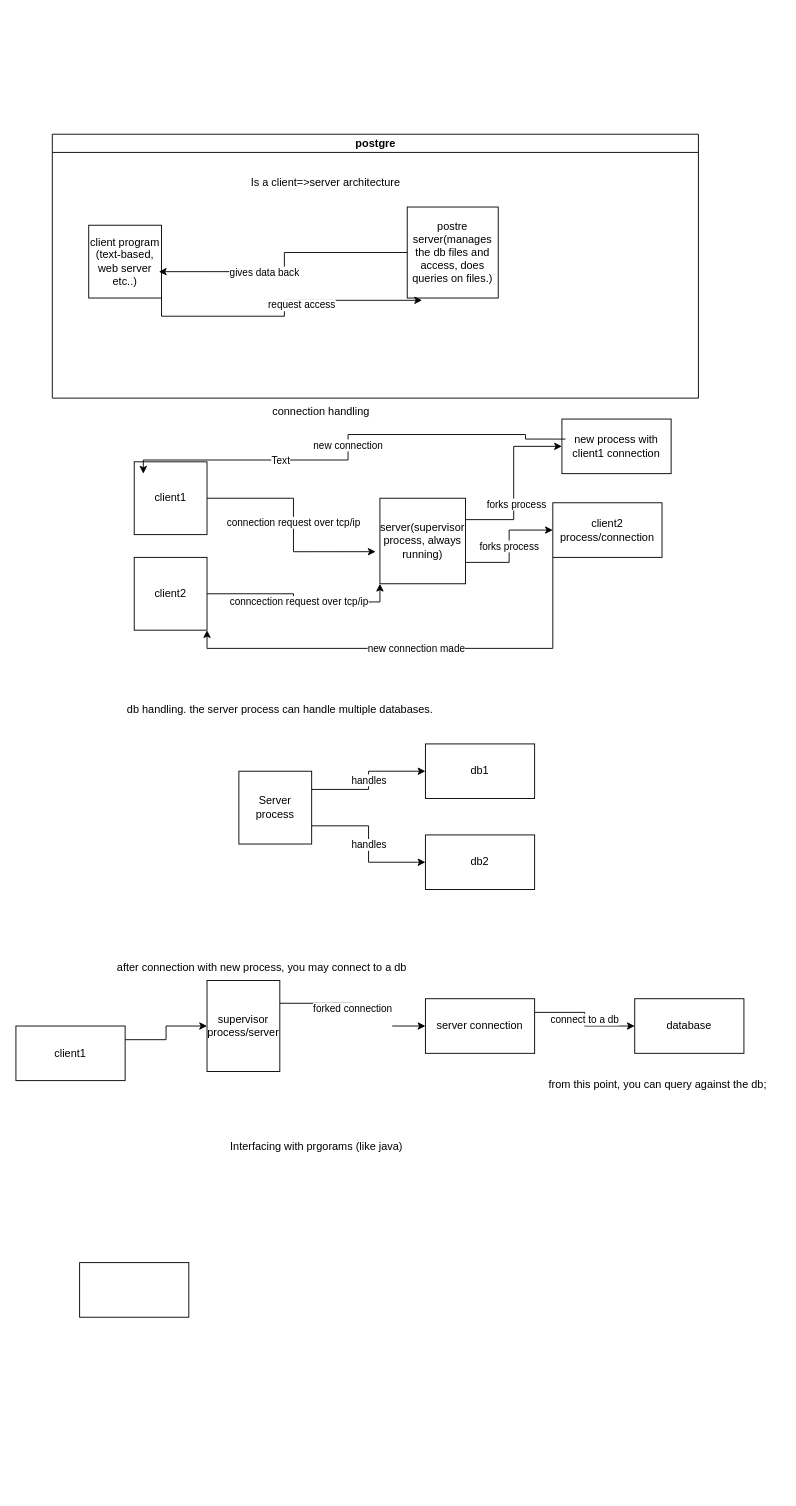
This is postgeArch1.drawio from evalid1234/diagrams_public, a draw.io file, before an edit. Source tidied: cells renumbered, new cells numbered last; positions are measured from the earlier drawing's top-left corner, leaving out a move shared by most shapes. Both pictures are drawn from the tidied source at 91%, with x=0, y=0 at pixel (15, 134).
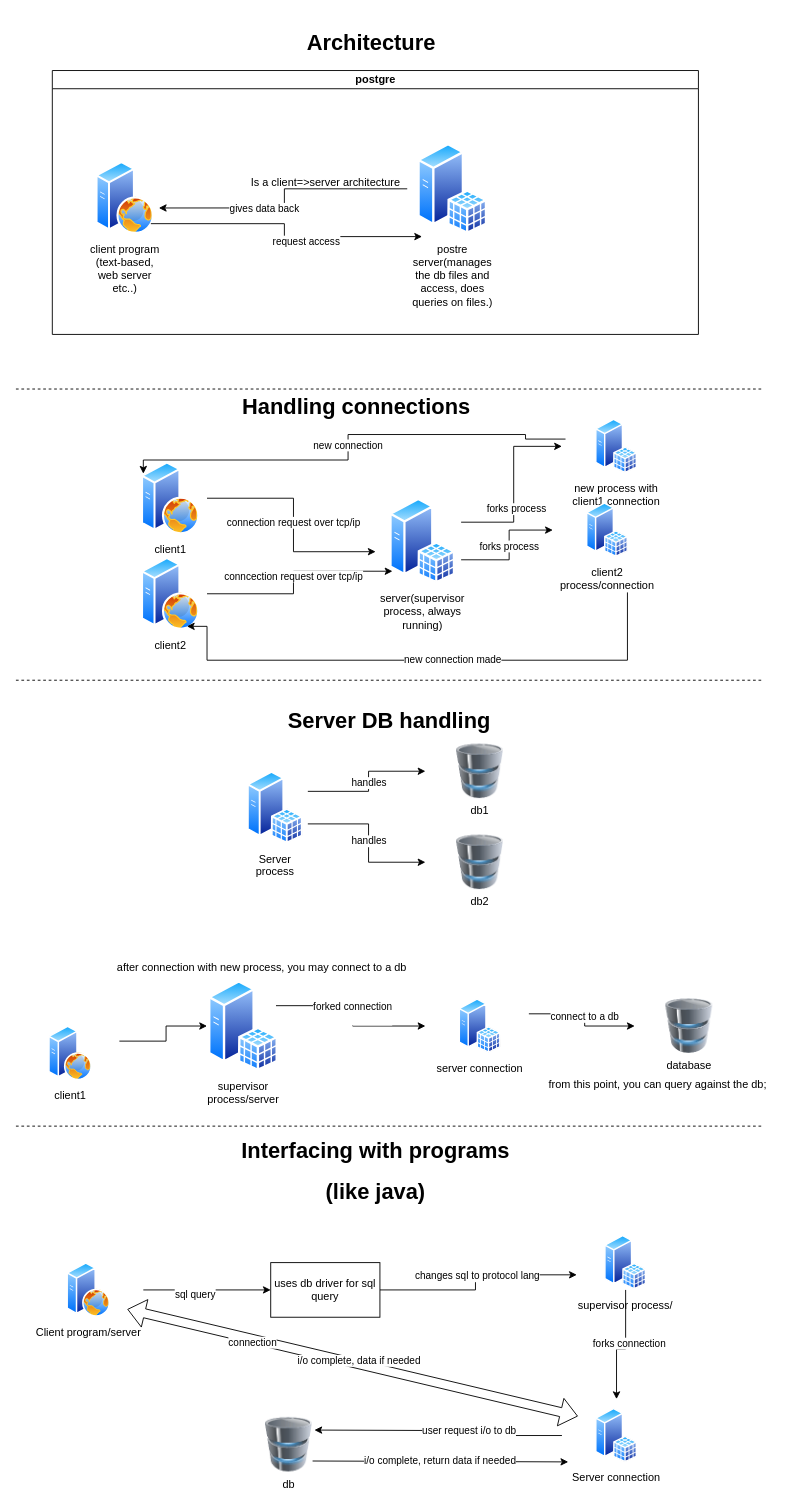
The same page after the edit.

The change refers to these unchanged cells:
```xml
<mxCell id="28" value="new connection" style="edgeStyle=orthogonalEdgeStyle;rounded=0;jettySize=auto;html=1;exitX=0.033;exitY=0.367;exitDx=0;exitDy=0;entryX=0.625;entryY=-0.062;entryDx=0;entryDy=0;entryPerimeter=0;exitPerimeter=0;" parent="1" edge="1" source="17">
  <mxGeometry relative="1" as="geometry">
    <mxPoint x="140" y="373" as="targetPoint" />
    <Array as="points">
      <mxPoint x="560" y="335" />
      <mxPoint x="560" y="330" />
      <mxPoint x="365" y="330" />
      <mxPoint x="365" y="358" />
      <mxPoint x="140" y="358" />
    </Array>
  </mxGeometry>
</mxCell>
```

Diff of the diagram source:
```diff
@@
     <mxCell id="2" value="postgre" style="swimlane;html=1;startSize=20;horizontal=1;containerType=tree;glass=0;" parent="1" vertex="1">
-      <mxGeometry x="40" width="710" height="290" as="geometry" />
+      <mxGeometry x="40" y="-70" width="710" height="290" as="geometry" />
     </mxCell>
-    <mxCell id="3" value="client program (text-based, web server etc..)" style="whiteSpace=wrap;html=1;" parent="2" vertex="1">
+    <mxCell id="3" value="client program (text-based, web server etc..)" style="whiteSpace=wrap;html=1;shape=image;labelBackgroundColor=default;verticalAlign=top;verticalLabelPosition=bottom;perimeter=ellipsePerimeter;shadow=0;dashed=0;spacingTop=3;image=img/lib/active_directory/web_server.svg;" parent="2" vertex="1">
       <mxGeometry x="40" y="100" width="80" height="80" as="geometry" />
     </mxCell>
-    <mxCell id="4" value="postre server(manages the db files and access, does queries on files.)" style="whiteSpace=wrap;html=1;" parent="2" vertex="1">
+    <mxCell id="4" value="postre server(manages the db files and access, does queries on files.)" style="whiteSpace=wrap;html=1;shape=image;labelBackgroundColor=default;verticalAlign=top;verticalLabelPosition=bottom;perimeter=ellipsePerimeter;shadow=0;dashed=0;spacingTop=3;image=img/lib/active_directory/sql_server.svg;" parent="2" vertex="1">
       <mxGeometry x="390" y="80" width="100" height="100" as="geometry" />
     </mxCell>
@@
-    <mxCell id="10" value="client1" style="whiteSpace=wrap;html=1;" parent="1" vertex="1">
+    <mxCell id="10" value="client1" style="whiteSpace=wrap;html=1;shape=image;labelBackgroundColor=default;verticalAlign=top;verticalLabelPosition=bottom;perimeter=ellipsePerimeter;shadow=0;dashed=0;spacingTop=3;image=img/lib/active_directory/web_server.svg;" parent="1" vertex="1">
       <mxGeometry x="130" y="360" width="80" height="80" as="geometry" />
     </mxCell>
@@
-    <mxCell id="14" value="server(supervisor process, always running)" style="whiteSpace=wrap;html=1;" parent="1" vertex="1">
+    <mxCell id="14" value="server(supervisor process, always running)" style="whiteSpace=wrap;html=1;shape=image;labelBackgroundColor=default;verticalAlign=top;verticalLabelPosition=bottom;perimeter=ellipsePerimeter;shadow=0;dashed=0;spacingTop=3;image=img/lib/active_directory/sql_server.svg;" parent="1" vertex="1">
       <mxGeometry x="400" y="400" width="94" height="94" as="geometry" />
     </mxCell>
@@
-    <mxCell id="16" value="connection handling " style="text;html=1;align=center;verticalAlign=middle;strokeColor=none;fillColor=none;" parent="1" vertex="1">
-      <mxGeometry x="270" y="290" width="130" height="30" as="geometry" />
-    </mxCell>
-    <mxCell id="17" value="new process with client1 connection" style="rounded=0;whiteSpace=wrap;html=1;" parent="1" vertex="1">
+    <mxCell id="17" value="new process with client1 connection" style="rounded=0;whiteSpace=wrap;html=1;shape=image;labelBackgroundColor=default;verticalAlign=top;verticalLabelPosition=bottom;perimeter=ellipsePerimeter;shadow=0;dashed=0;spacingTop=3;image=img/lib/active_directory/sql_server.svg;" parent="1" vertex="1">
       <mxGeometry x="600" y="313" width="120" height="60" as="geometry" />
     </mxCell>
@@
-    <mxCell id="19" value="client2" style="whiteSpace=wrap;html=1;" parent="1" vertex="1">
+    <mxCell id="19" value="client2" style="whiteSpace=wrap;html=1;shape=image;labelBackgroundColor=default;verticalAlign=top;verticalLabelPosition=bottom;perimeter=ellipsePerimeter;shadow=0;dashed=0;spacingTop=3;image=img/lib/active_directory/web_server.svg;" parent="1" vertex="1">
       <mxGeometry x="130" y="465" width="80" height="80" as="geometry" />
     </mxCell>
-    <mxCell id="20" value="new connection made " style="edgeStyle=orthogonalEdgeStyle;rounded=0;jettySize=auto;html=1;exitX=0;exitY=1;exitDx=0;exitDy=0;entryX=1;entryY=1;entryDx=0;entryDy=0;" parent="1" edge="1" source="21" target="19">
-      <mxGeometry relative="1" as="geometry" />
+    <mxCell id="20" value="new connection made " style="edgeStyle=orthogonalEdgeStyle;rounded=0;jettySize=auto;html=1;exitX=0;exitY=1;exitDx=0;exitDy=0;entryX=0.75;entryY=1;entryDx=0;entryDy=0;" parent="1" edge="1" target="19">
+      <mxGeometry relative="1" as="geometry">
+        <mxPoint x="619.3" y="494" as="sourcePoint" />
+        <Array as="points">
+          <mxPoint x="672" y="494" />
+          <mxPoint x="672" y="578" />
+          <mxPoint x="210" y="578" />
+          <mxPoint x="210" y="541" />
+        </Array>
+      </mxGeometry>
     </mxCell>
-    <mxCell id="21" value="client2 process/connection" style="rounded=0;whiteSpace=wrap;html=1;" parent="1" vertex="1">
+    <mxCell id="21" value="client2 process/connection" style="rounded=0;whiteSpace=wrap;html=1;shape=image;labelBackgroundColor=default;verticalAlign=top;verticalLabelPosition=bottom;perimeter=ellipsePerimeter;shadow=0;dashed=0;spacingTop=3;image=img/lib/active_directory/sql_server.svg;" parent="1" vertex="1">
       <mxGeometry x="590" y="405" width="120" height="60" as="geometry" />
     </mxCell>
-    <mxCell id="22" value="&lt;div&gt;db handling. the server process can handle multiple databases.&lt;br&gt;&lt;/div&gt;" style="text;html=1;align=center;verticalAlign=middle;strokeColor=none;fillColor=none;" parent="1" vertex="1">
-      <mxGeometry x="110" y="618" width="360" height="30" as="geometry" />
+    <mxCell id="22" value="&lt;h1&gt;Server DB handling&lt;/h1&gt;" style="text;html=1;align=center;verticalAlign=middle;strokeColor=none;fillColor=none;" parent="1" vertex="1">
+      <mxGeometry x="285" y="610" width="250" height="70" as="geometry" />
     </mxCell>
@@
-    <mxCell id="25" value="Server process" style="whiteSpace=wrap;html=1;" parent="1" vertex="1">
+    <mxCell id="25" value="Server process" style="whiteSpace=wrap;html=1;shape=image;labelBackgroundColor=default;verticalAlign=top;verticalLabelPosition=bottom;perimeter=ellipsePerimeter;shadow=0;dashed=0;spacingTop=3;image=img/lib/active_directory/sql_server.svg;" parent="1" vertex="1">
       <mxGeometry x="245" y="700" width="80" height="80" as="geometry" />
     </mxCell>
-    <mxCell id="26" value="db1" style="rounded=0;whiteSpace=wrap;html=1;" parent="1" vertex="1">
+    <mxCell id="26" value="db1" style="rounded=0;whiteSpace=wrap;html=1;shape=image;labelBackgroundColor=default;verticalAlign=top;verticalLabelPosition=bottom;image=img/lib/clip_art/computers/Database_128x128.png;" parent="1" vertex="1">
       <mxGeometry x="450" y="670" width="120" height="60" as="geometry" />
     </mxCell>
-    <mxCell id="27" value="db2" style="rounded=0;whiteSpace=wrap;html=1;" parent="1" vertex="1">
+    <mxCell id="27" value="db2" style="rounded=0;whiteSpace=wrap;html=1;shape=image;labelBackgroundColor=default;verticalAlign=top;verticalLabelPosition=bottom;image=img/lib/clip_art/computers/Database_128x128.png;" parent="1" vertex="1">
       <mxGeometry x="450" y="770" width="120" height="60" as="geometry" />
     </mxCell>
@@
-    <mxCell id="29" value="Text" style="edgeLabel;html=1;align=center;verticalAlign=middle;" parent="28" vertex="1">
-      <mxGeometry x="0.35" relative="1" as="geometry" />
-    </mxCell>
@@
-    <mxCell id="32" value="server connection " style="rounded=0;whiteSpace=wrap;html=1;" parent="1" vertex="1">
+    <mxCell id="32" value="server connection " style="rounded=0;whiteSpace=wrap;html=1;shape=image;labelBackgroundColor=default;verticalAlign=top;verticalLabelPosition=bottom;perimeter=ellipsePerimeter;shadow=0;dashed=0;spacingTop=3;image=img/lib/active_directory/sql_server.svg;" parent="1" vertex="1">
       <mxGeometry x="450" y="950" width="120" height="60" as="geometry" />
     </mxCell>
-    <mxCell id="33" value="database " style="rounded=0;whiteSpace=wrap;html=1;" parent="1" vertex="1">
+    <mxCell id="33" value="database " style="rounded=0;whiteSpace=wrap;html=1;shape=image;labelBackgroundColor=default;verticalAlign=top;verticalLabelPosition=bottom;image=img/lib/clip_art/computers/Database_128x128.png;" parent="1" vertex="1">
       <mxGeometry x="680" y="950" width="120" height="60" as="geometry" />
     </mxCell>
@@
-    <mxCell id="36" value="client1" style="rounded=0;whiteSpace=wrap;html=1;" parent="1" vertex="1">
+    <mxCell id="36" value="client1" style="rounded=0;whiteSpace=wrap;html=1;shape=image;labelBackgroundColor=default;verticalAlign=top;verticalLabelPosition=bottom;perimeter=ellipsePerimeter;shadow=0;dashed=0;spacingTop=3;image=img/lib/active_directory/web_server.svg;" parent="1" vertex="1">
       <mxGeometry y="980" width="120" height="60" as="geometry" />
     </mxCell>
@@
-    <mxCell id="38" value="supervisor process/server " style="rounded=0;whiteSpace=wrap;html=1;" parent="1" vertex="1">
+    <mxCell id="38" value="supervisor process/server " style="rounded=0;whiteSpace=wrap;html=1;shape=image;labelBackgroundColor=default;verticalAlign=top;verticalLabelPosition=bottom;perimeter=ellipsePerimeter;shadow=0;dashed=0;spacingTop=3;image=img/lib/active_directory/sql_server.svg;" parent="1" vertex="1">
       <mxGeometry x="210" y="930" width="80" height="100" as="geometry" />
     </mxCell>
+    <mxCell id="41" style="edgeStyle=orthogonalEdgeStyle;rounded=0;jettySize=auto;html=1;exitX=1;exitY=0.5;exitDx=0;exitDy=0;" parent="1" edge="1" source="39" target="45">
+      <mxGeometry relative="1" as="geometry" />
+    </mxCell>
+    <mxCell id="42" value="sql query " style="edgeLabel;html=1;align=center;verticalAlign=middle;" parent="41" vertex="1">
+      <mxGeometry x="-0.2" y="-4" relative="1" as="geometry" />
+    </mxCell>
-    <mxCell id="39" style="rounded=0;whiteSpace=wrap;html=1;" parent="1" vertex="1">
-      <mxGeometry x="70" y="1240" width="120" height="60" as="geometry" />
+    <mxCell id="39" value="Client program/server" style="rounded=0;whiteSpace=wrap;html=1;shape=image;labelBackgroundColor=default;verticalAlign=top;verticalLabelPosition=bottom;perimeter=ellipsePerimeter;shadow=0;dashed=0;spacingTop=3;image=img/lib/active_directory/web_server.svg;" parent="1" vertex="1">
+      <mxGeometry x="20" y="1240" width="120" height="60" as="geometry" />
     </mxCell>
-    <mxCell id="40" value="Interfacing with prgorams (like java) " style="text;html=1;align=center;verticalAlign=middle;strokeColor=none;fillColor=none;" parent="1" vertex="1">
-      <mxGeometry x="220" y="1098" width="220" height="30" as="geometry" />
+    <mxCell id="40" value="&lt;div&gt;&lt;h1&gt;Interfacing with programs&lt;/h1&gt;&lt;/div&gt;&lt;div&gt;&lt;h1&gt;(like java) &lt;/h1&gt;&lt;/div&gt;" style="text;html=1;align=center;verticalAlign=middle;strokeColor=none;fillColor=none;" parent="1" vertex="1">
+      <mxGeometry x="235" y="1080" width="320" height="120" as="geometry" />
     </mxCell>
+    <mxCell id="43" style="edgeStyle=orthogonalEdgeStyle;rounded=0;jettySize=auto;html=1;exitX=1;exitY=0.5;exitDx=0;exitDy=0;entryX=0;entryY=0.75;entryDx=0;entryDy=0;" parent="1" edge="1" source="45" target="46">
+      <mxGeometry relative="1" as="geometry" />
+    </mxCell>
+    <mxCell id="44" value="changes sql to protocol lang" style="edgeLabel;html=1;align=center;verticalAlign=middle;" parent="43" vertex="1">
+      <mxGeometry x="0.04" y="-1" relative="1" as="geometry" />
+    </mxCell>
+    <mxCell id="45" value="uses db driver for sql query" style="rounded=0;whiteSpace=wrap;html=1;" parent="1" vertex="1">
+      <mxGeometry x="280" y="1240" width="120" height="60" as="geometry" />
+    </mxCell>
+    <mxCell id="46" value="supervisor process/" style="rounded=0;whiteSpace=wrap;html=1;shape=image;labelBackgroundColor=default;verticalAlign=top;verticalLabelPosition=bottom;perimeter=ellipsePerimeter;shadow=0;dashed=0;spacingTop=3;image=img/lib/active_directory/sql_server.svg;" parent="1" vertex="1">
+      <mxGeometry x="610" y="1210" width="120" height="60" as="geometry" />
+    </mxCell>
+    <mxCell id="47" style="edgeStyle=orthogonalEdgeStyle;rounded=0;jettySize=auto;html=1;exitX=0;exitY=0.5;exitDx=0;exitDy=0;entryX=1.025;entryY=0.4;entryDx=0;entryDy=0;entryPerimeter=0;" parent="1" edge="1" source="49">
+      <mxGeometry relative="1" as="geometry">
+        <mxPoint x="328" y="1424" as="targetPoint" />
+      </mxGeometry>
+    </mxCell>
+    <mxCell id="48" value="user request i/o to db" style="edgeLabel;html=1;align=center;verticalAlign=middle;" parent="47" vertex="1">
+      <mxGeometry x="-0.26" y="-6" relative="1" as="geometry" />
+    </mxCell>
+    <mxCell id="49" value="Server connection" style="rounded=0;whiteSpace=wrap;html=1;shape=image;labelBackgroundColor=default;verticalAlign=top;verticalLabelPosition=bottom;perimeter=ellipsePerimeter;shadow=0;dashed=0;spacingTop=3;image=img/lib/active_directory/sql_server.svg;" parent="1" vertex="1">
+      <mxGeometry x="600" y="1400" width="120" height="60" as="geometry" />
+    </mxCell>
+    <mxCell id="50" style="edgeStyle=orthogonalEdgeStyle;rounded=0;jettySize=auto;html=1;exitX=0.5;exitY=1;exitDx=0;exitDy=0;entryX=0.5;entryY=-0.167;entryDx=0;entryDy=0;entryPerimeter=0;" parent="1" edge="1" source="46" target="49">
+      <mxGeometry relative="1" as="geometry" />
+    </mxCell>
+    <mxCell id="51" value="forks connection" style="edgeLabel;html=1;align=center;verticalAlign=middle;" parent="50" vertex="1">
+      <mxGeometry x="-0.11" y="3" relative="1" as="geometry" />
+    </mxCell>
+    <mxCell id="52" style="shape=flexArrow;endArrow=classic;startArrow=classic;html=1;rounded=0;entryX=0;entryY=0;entryDx=0;entryDy=0;exitX=1;exitY=1;exitDx=0;exitDy=0;" parent="1" edge="1" source="39" target="49">
+      <mxGeometry relative="1" as="geometry" />
+    </mxCell>
+    <mxCell id="53" value="connection" style="edgeLabel;html=1;align=center;verticalAlign=middle;" parent="52" vertex="1">
+      <mxGeometry x="-0.44" y="-4" relative="1" as="geometry" />
+    </mxCell>
+    <mxCell id="54" value="&lt;div&gt;i/o complete, data if needed&lt;/div&gt;" style="edgeLabel;html=1;align=center;verticalAlign=middle;" parent="52" vertex="1">
+      <mxGeometry x="0.02" y="4" relative="1" as="geometry" />
+    </mxCell>
+    <mxCell id="55" value="&lt;br&gt;&lt;div&gt;i/o complete, return data if needed&lt;/div&gt;&lt;br&gt;" style="endArrow=classic;html=1;rounded=0;entryX=0.058;entryY=0.983;entryDx=0;entryDy=0;entryPerimeter=0;exitX=1.008;exitY=0.967;exitDx=0;exitDy=0;exitPerimeter=0;" parent="1" edge="1" target="49">
+      <mxGeometry relative="1" as="geometry">
+        <mxPoint x="326" y="1458" as="sourcePoint" />
+      </mxGeometry>
+    </mxCell>
+    <mxCell id="56" value="db" style="shape=image;whiteSpace=wrap;html=1;labelBackgroundColor=default;verticalAlign=top;verticalLabelPosition=bottom;image=img/lib/clip_art/computers/Database_128x128.png;" parent="1" vertex="1">
+      <mxGeometry x="270" y="1410" width="60" height="60" as="geometry" />
+    </mxCell>
+    <mxCell id="57" style="endArrow=none;dashed=1;html=1;rounded=0;" parent="1" edge="1">
+      <mxGeometry relative="1" as="geometry">
+        <mxPoint y="280" as="sourcePoint" />
+        <mxPoint x="820" y="280" as="targetPoint" />
+      </mxGeometry>
+    </mxCell>
+    <mxCell id="58" value="&lt;h1&gt;Architecture&lt;/h1&gt;" style="text;html=1;strokeColor=none;fillColor=none;spacing=5;spacingTop=-20;whiteSpace=wrap;overflow=hidden;rounded=0;" parent="1" vertex="1">
+      <mxGeometry x="315" y="-120" width="175" height="50" as="geometry" />
+    </mxCell>
+    <mxCell id="59" value="&lt;h1&gt;Handling connections&lt;br&gt;&lt;/h1&gt;" style="text;html=1;strokeColor=none;fillColor=none;spacing=5;spacingTop=-20;whiteSpace=wrap;overflow=hidden;rounded=0;" parent="1" vertex="1">
+      <mxGeometry x="244" y="280" width="340" height="40" as="geometry" />
+    </mxCell>
+    <mxCell id="60" style="endArrow=none;dashed=1;html=1;rounded=0;" parent="1" edge="1">
+      <mxGeometry relative="1" as="geometry">
+        <mxPoint y="600" as="sourcePoint" />
+        <mxPoint x="820" y="600" as="targetPoint" />
+      </mxGeometry>
+    </mxCell>
+    <mxCell id="61" style="endArrow=none;dashed=1;html=1;rounded=0;" parent="1" edge="1">
+      <mxGeometry relative="1" as="geometry">
+        <mxPoint y="1090" as="sourcePoint" />
+        <mxPoint x="820" y="1090" as="targetPoint" />
+      </mxGeometry>
+    </mxCell>
```
